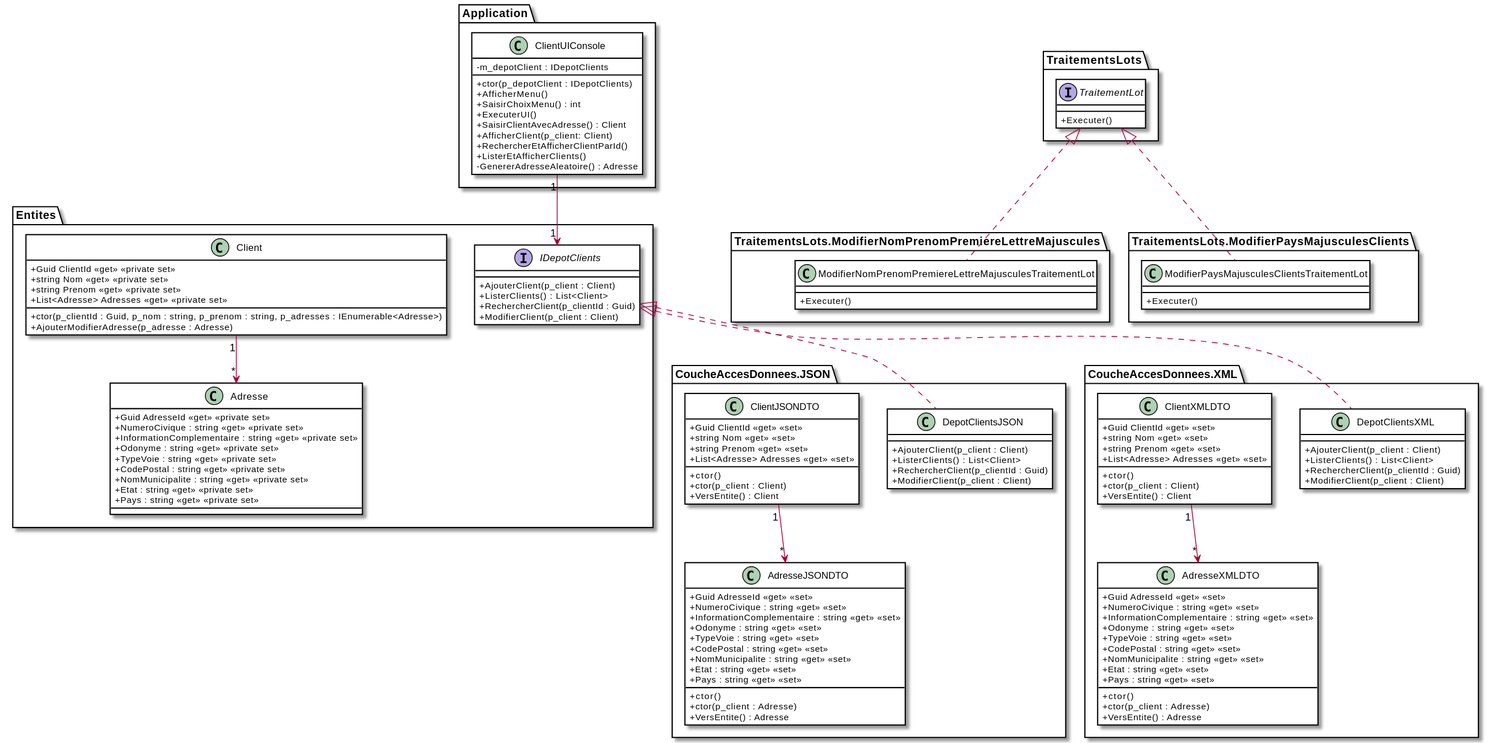
Above: images/Module06_Formats_Echanges/diag/src/DiagExerciceClients/DiagClassesClients.svg in PiFou86/420-W30-SF (PlantUML), before the change.
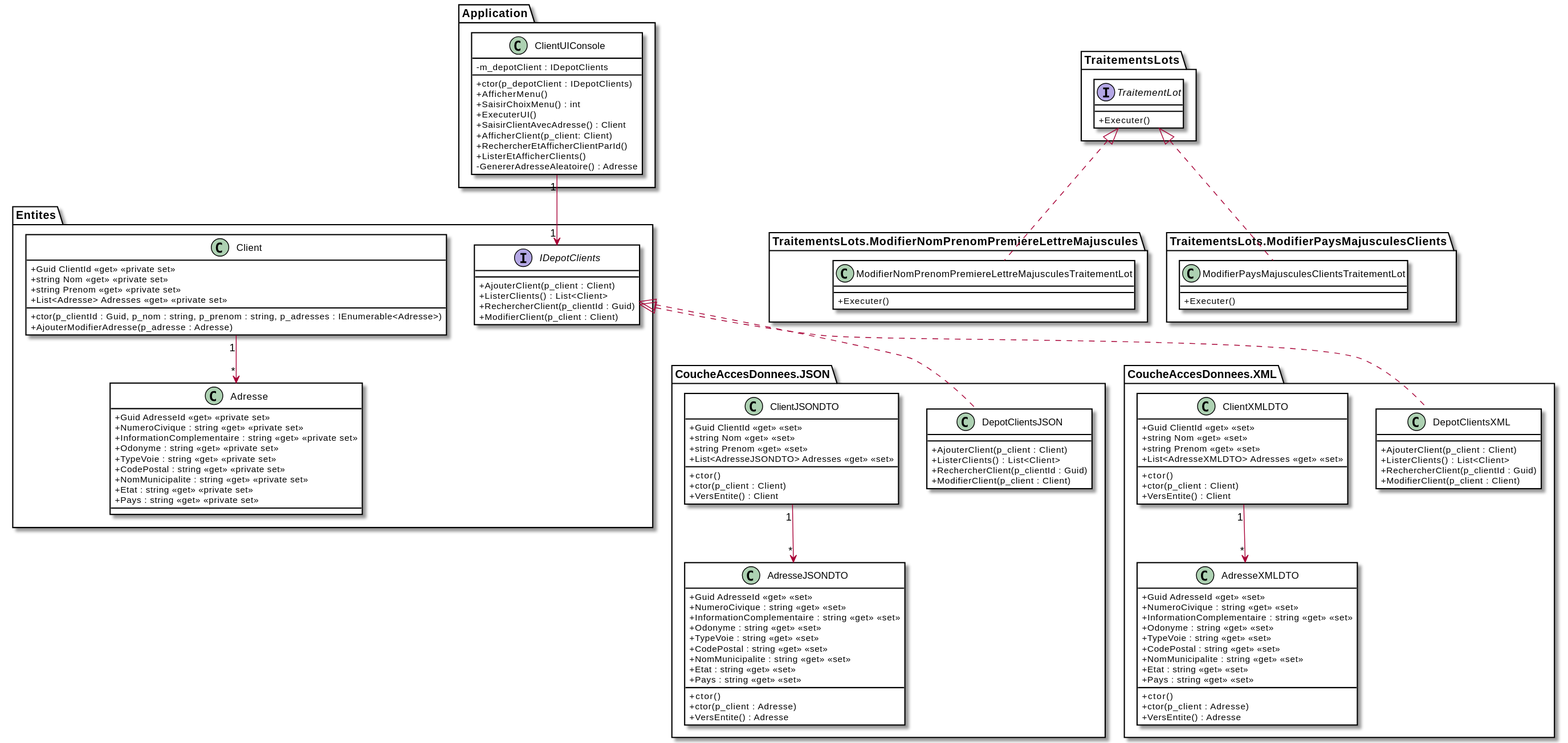
After the commit.

Commit message:
Correction type adresse dans les DTOs

The edit, as a diff of the source:
```diff
@@ -47,7 +47,7 @@
         + Guid ClientId <<get>> <<set>>
         + string Nom <<get>> <<set>>
         + string Prenom <<get>> <<set>>
-        + List<Adresse> Adresses <<get>> <<set>>
+        + List<AdresseJSONDTO> Adresses <<get>> <<set>>
         + ctor()
         + ctor(p_client : Client)
         + VersEntite() : Client
@@ -84,7 +84,7 @@
         + Guid ClientId <<get>> <<set>>
         + string Nom <<get>> <<set>>
         + string Prenom <<get>> <<set>>
-        + List<Adresse> Adresses <<get>> <<set>>
+        + List<AdresseXMLDTO> Adresses <<get>> <<set>>
         + ctor()
         + ctor(p_client : Client)
         + VersEntite() : Client
```
